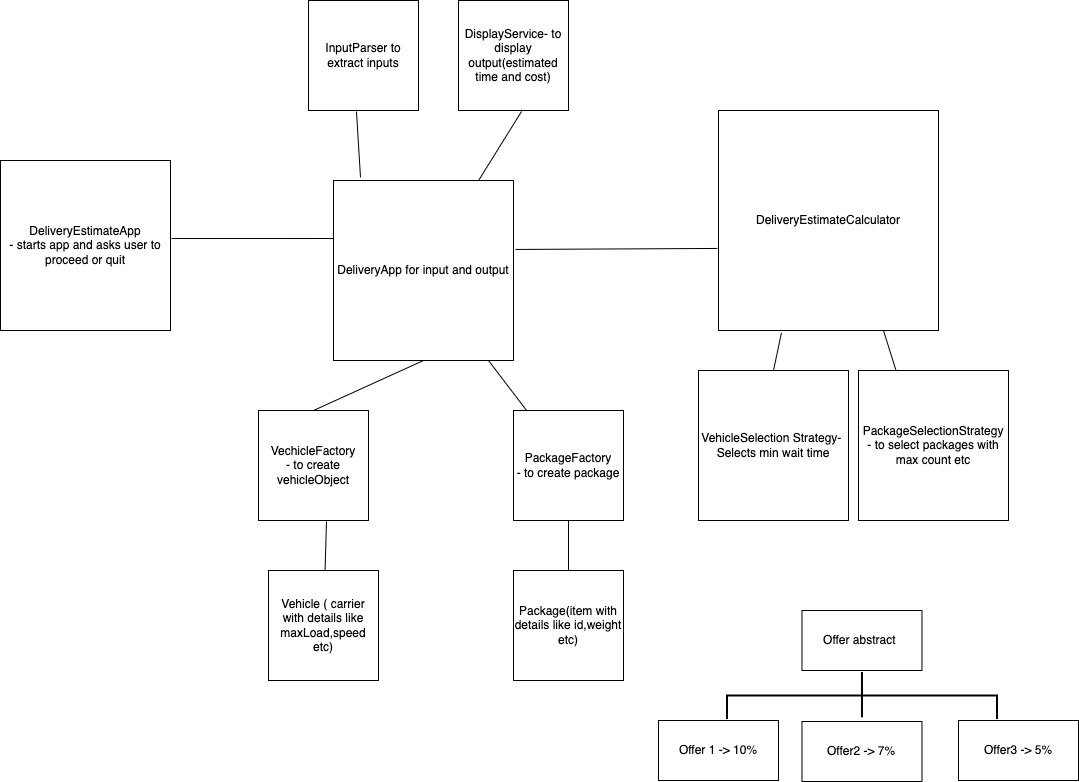
This is architechture.png from naveengaddi/Kiki, a draw.io export, as it was before one commit. Source tidied: cells renumbered, new cells last; positions are measured from the earlier drawing's top-left corner, leaving out a move shared by most shapes. Source of this version:
```xml
<mxGraphModel>
  <root>
    <mxCell id="0" />
    <mxCell id="1" parent="0" />
    <mxCell id="2" value="Package(item with details like id,weight etc)" style="whiteSpace=wrap;html=1;" parent="1" vertex="1">
      <mxGeometry x="513" y="570" width="110" height="110" as="geometry" />
    </mxCell>
    <mxCell id="3" value="PackageFactory&lt;br&gt;- to create package" style="whiteSpace=wrap;html=1;" parent="1" vertex="1">
      <mxGeometry x="513" y="410" width="110" height="110" as="geometry" />
    </mxCell>
    <mxCell id="4" value="DeliveryEstimateApp&lt;br&gt;- starts app and asks user to proceed or quit" style="whiteSpace=wrap;html=1;" parent="1" vertex="1">
      <mxGeometry y="160" width="170" height="170" as="geometry" />
    </mxCell>
    <mxCell id="5" value="DeliveryEstimateCalculator" style="whiteSpace=wrap;html=1;" parent="1" vertex="1">
      <mxGeometry x="718" y="110" width="220" height="220" as="geometry" />
    </mxCell>
    <mxCell id="6" value="Vehicle ( carrier with details like maxLoad,speed etc)" style="whiteSpace=wrap;html=1;" parent="1" vertex="1">
      <mxGeometry x="268" y="570" width="110" height="110" as="geometry" />
    </mxCell>
    <mxCell id="7" value="VechicleFactory&lt;br&gt;- to create vehicleObject" style="whiteSpace=wrap;html=1;" parent="1" vertex="1">
      <mxGeometry x="258" y="410" width="110" height="110" as="geometry" />
    </mxCell>
    <mxCell id="8" value="InputParser to extract inputs" style="whiteSpace=wrap;html=1;" parent="1" vertex="1">
      <mxGeometry x="308" width="110" height="110" as="geometry" />
    </mxCell>
    <mxCell id="9" style="endArrow=none;html=1;rounded=0;" parent="1" edge="1" target="3">
      <mxGeometry relative="1" as="geometry">
        <mxPoint x="488" y="360" as="sourcePoint" />
      </mxGeometry>
    </mxCell>
    <mxCell id="10" style="endArrow=none;html=1;rounded=0;exitX=0.5;exitY=1;exitDx=0;exitDy=0;entryX=0.5;entryY=0;entryDx=0;entryDy=0;" parent="1" edge="1" source="22" target="7">
      <mxGeometry relative="1" as="geometry" />
    </mxCell>
    <mxCell id="11" style="endArrow=none;html=1;rounded=0;exitX=0.5;exitY=1;exitDx=0;exitDy=0;" parent="1" edge="1" source="3" target="2">
      <mxGeometry relative="1" as="geometry" />
    </mxCell>
    <mxCell id="12" style="endArrow=none;html=1;rounded=0;exitX=0.618;exitY=1.009;exitDx=0;exitDy=0;exitPerimeter=0;" parent="1" edge="1" source="7" target="6">
      <mxGeometry relative="1" as="geometry" />
    </mxCell>
    <mxCell id="13" style="endArrow=none;html=1;rounded=0;entryX=0.436;entryY=1.009;entryDx=0;entryDy=0;exitX=0.15;exitY=-0.017;exitDx=0;exitDy=0;exitPerimeter=0;entryPerimeter=0;" parent="1" edge="1" source="22" target="8">
      <mxGeometry relative="1" as="geometry" />
    </mxCell>
    <mxCell id="14" style="endArrow=none;html=1;rounded=0;entryX=1.006;entryY=0.459;entryDx=0;entryDy=0;entryPerimeter=0;" parent="1" edge="1" target="4">
      <mxGeometry relative="1" as="geometry">
        <mxPoint x="418" y="238" as="sourcePoint" />
      </mxGeometry>
    </mxCell>
    <mxCell id="15" value="Offer abstract&amp;nbsp;" style="whiteSpace=wrap;html=1;" parent="1" vertex="1">
      <mxGeometry x="801.5" y="610" width="120" height="60" as="geometry" />
    </mxCell>
    <mxCell id="16" value="Offer2 -&amp;gt; 7%" style="whiteSpace=wrap;html=1;" parent="1" vertex="1">
      <mxGeometry x="801.5" y="721" width="120" height="60" as="geometry" />
    </mxCell>
    <mxCell id="17" value="Offer 1 -&amp;gt; 10%" style="whiteSpace=wrap;html=1;" parent="1" vertex="1">
      <mxGeometry x="658" y="720" width="120" height="60" as="geometry" />
    </mxCell>
    <mxCell id="18" value="Offer3 -&amp;gt; 5%" style="whiteSpace=wrap;html=1;" parent="1" vertex="1">
      <mxGeometry x="958" y="720" width="120" height="60" as="geometry" />
    </mxCell>
    <mxCell id="19" style="strokeWidth=2;html=1;shape=mxgraph.flowchart.annotation_2;align=left;labelPosition=right;rotation=90;" parent="1" vertex="1">
      <mxGeometry x="838" y="560" width="46.9" height="270" as="geometry" />
    </mxCell>
    <mxCell id="20" style="line;strokeWidth=2;html=1;rotation=-90;" parent="1" vertex="1">
      <mxGeometry x="847.2" y="697.5" width="28.6" height="10" as="geometry" />
    </mxCell>
    <mxCell id="21" style="edgeStyle=orthogonalEdgeStyle;rounded=0;orthogonalLoop=1;jettySize=auto;html=1;exitX=0.5;exitY=1;exitDx=0;exitDy=0;" parent="1" edge="1" source="8" target="8">
      <mxGeometry relative="1" as="geometry" />
    </mxCell>
    <mxCell id="22" value="DeliveryApp for input and output" style="whiteSpace=wrap;html=1;" parent="1" vertex="1">
      <mxGeometry x="333" y="180" width="180" height="180" as="geometry" />
    </mxCell>
    <mxCell id="23" style="endArrow=none;html=1;rounded=0;exitX=1.011;exitY=0.383;exitDx=0;exitDy=0;exitPerimeter=0;entryX=-0.005;entryY=0.627;entryDx=0;entryDy=0;entryPerimeter=0;" parent="1" edge="1" source="22" target="5">
      <mxGeometry relative="1" as="geometry" />
    </mxCell>
    <mxCell id="24" value="VehicleSelection Strategy- &lt;br&gt;Selects min wait time" style="whiteSpace=wrap;html=1;" parent="1" vertex="1">
      <mxGeometry x="698" y="370" width="150" height="150" as="geometry" />
    </mxCell>
    <mxCell id="25" value="PackageSelectionStrategy&lt;br&gt;- to select packages with max count etc" style="whiteSpace=wrap;html=1;" parent="1" vertex="1">
      <mxGeometry x="858" y="370" width="150" height="150" as="geometry" />
    </mxCell>
    <mxCell id="26" style="endArrow=none;html=1;rounded=0;exitX=0.286;exitY=1.011;exitDx=0;exitDy=0;exitPerimeter=0;entryX=0.5;entryY=0;entryDx=0;entryDy=0;" parent="1" edge="1" source="5" target="24">
      <mxGeometry relative="1" as="geometry" />
    </mxCell>
    <mxCell id="27" style="endArrow=none;html=1;rounded=0;exitX=0.75;exitY=1;exitDx=0;exitDy=0;entryX=0.25;entryY=0;entryDx=0;entryDy=0;" parent="1" edge="1" source="5" target="25">
      <mxGeometry relative="1" as="geometry" />
    </mxCell>
    <mxCell id="28" value="DisplayService- to display output(estimated time and cost)" style="whiteSpace=wrap;html=1;" parent="1" vertex="1">
      <mxGeometry x="458" width="110" height="110" as="geometry" />
    </mxCell>
    <mxCell id="29" style="endArrow=none;html=1;rounded=0;entryX=0.573;entryY=1.009;entryDx=0;entryDy=0;entryPerimeter=0;exitX=0.806;exitY=0;exitDx=0;exitDy=0;exitPerimeter=0;" parent="1" edge="1" source="22" target="28">
      <mxGeometry relative="1" as="geometry" />
    </mxCell>
  </root>
</mxGraphModel>
```
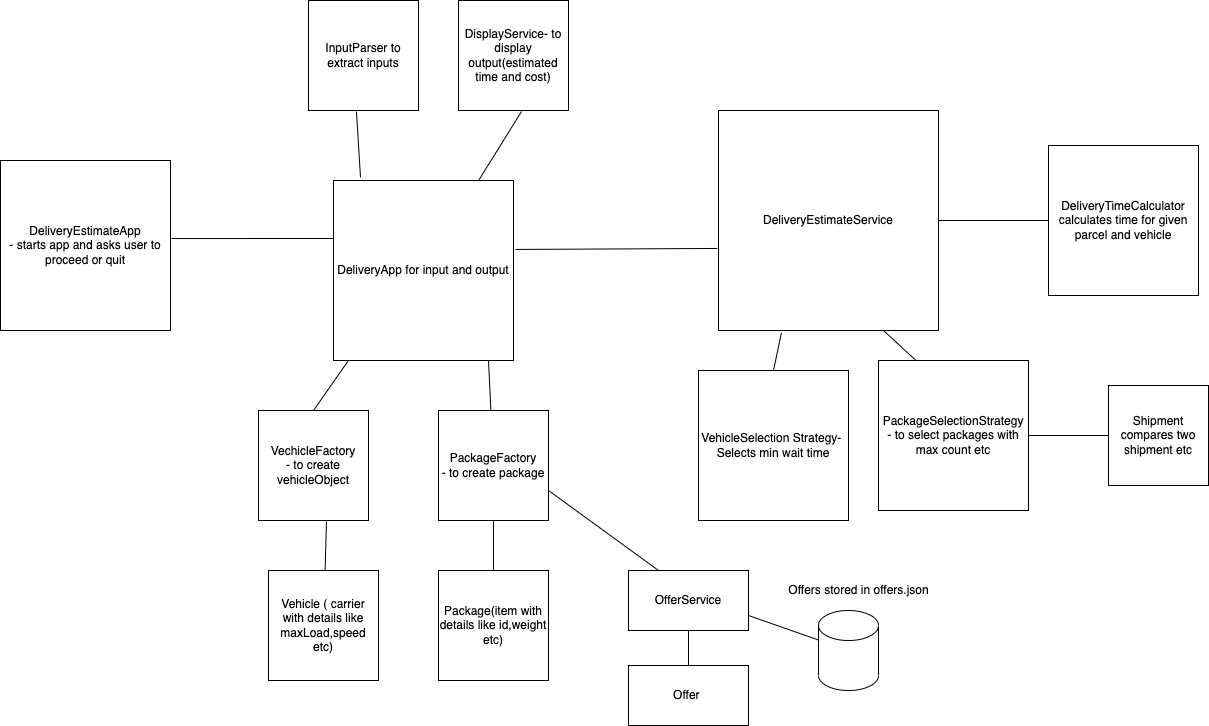
The same diagram one commit later.

Commit message:
[#2] Naveen - Update readme with latest architechture

The edit, as a diff of the source:
```diff
@@ -3,15 +3,15 @@
     <mxCell id="0" />
     <mxCell id="1" parent="0" />
     <mxCell id="2" value="Package(item with details like id,weight etc)" style="whiteSpace=wrap;html=1;" parent="1" vertex="1">
-      <mxGeometry x="513" y="570" width="110" height="110" as="geometry" />
+      <mxGeometry x="438" y="570" width="110" height="110" as="geometry" />
     </mxCell>
     <mxCell id="3" value="PackageFactory&lt;br&gt;- to create package" style="whiteSpace=wrap;html=1;" parent="1" vertex="1">
-      <mxGeometry x="513" y="410" width="110" height="110" as="geometry" />
+      <mxGeometry x="438" y="410" width="110" height="110" as="geometry" />
     </mxCell>
     <mxCell id="4" value="DeliveryEstimateApp&lt;br&gt;- starts app and asks user to proceed or quit" style="whiteSpace=wrap;html=1;" parent="1" vertex="1">
       <mxGeometry y="160" width="170" height="170" as="geometry" />
     </mxCell>
-    <mxCell id="5" value="DeliveryEstimateCalculator" style="whiteSpace=wrap;html=1;" parent="1" vertex="1">
+    <mxCell id="5" value="DeliveryEstimateService" style="whiteSpace=wrap;html=1;" parent="1" vertex="1">
       <mxGeometry x="718" y="110" width="220" height="220" as="geometry" />
     </mxCell>
     <mxCell id="6" value="Vehicle ( carrier with details like maxLoad,speed etc)" style="whiteSpace=wrap;html=1;" parent="1" vertex="1">
@@ -28,7 +28,7 @@
         <mxPoint x="488" y="360" as="sourcePoint" />
       </mxGeometry>
     </mxCell>
-    <mxCell id="10" style="endArrow=none;html=1;rounded=0;exitX=0.5;exitY=1;exitDx=0;exitDy=0;entryX=0.5;entryY=0;entryDx=0;entryDy=0;" parent="1" edge="1" source="22" target="7">
+    <mxCell id="10" style="endArrow=none;html=1;rounded=0;exitX=0.083;exitY=1;exitDx=0;exitDy=0;entryX=0.5;entryY=0;entryDx=0;entryDy=0;exitPerimeter=0;" parent="1" edge="1" source="22" target="7">
       <mxGeometry relative="1" as="geometry" />
     </mxCell>
     <mxCell id="11" style="endArrow=none;html=1;rounded=0;exitX=0.5;exitY=1;exitDx=0;exitDy=0;" parent="1" edge="1" source="3" target="2">
@@ -45,24 +45,9 @@
         <mxPoint x="418" y="238" as="sourcePoint" />
       </mxGeometry>
     </mxCell>
-    <mxCell id="15" value="Offer abstract&amp;nbsp;" style="whiteSpace=wrap;html=1;" parent="1" vertex="1">
-      <mxGeometry x="801.5" y="610" width="120" height="60" as="geometry" />
+    <mxCell id="15" value="Offer&amp;nbsp;" style="whiteSpace=wrap;html=1;" parent="1" vertex="1">
+      <mxGeometry x="628" y="665" width="120" height="60" as="geometry" />
     </mxCell>
-    <mxCell id="16" value="Offer2 -&amp;gt; 7%" style="whiteSpace=wrap;html=1;" parent="1" vertex="1">
-      <mxGeometry x="801.5" y="721" width="120" height="60" as="geometry" />
-    </mxCell>
-    <mxCell id="17" value="Offer 1 -&amp;gt; 10%" style="whiteSpace=wrap;html=1;" parent="1" vertex="1">
-      <mxGeometry x="658" y="720" width="120" height="60" as="geometry" />
-    </mxCell>
-    <mxCell id="18" value="Offer3 -&amp;gt; 5%" style="whiteSpace=wrap;html=1;" parent="1" vertex="1">
-      <mxGeometry x="958" y="720" width="120" height="60" as="geometry" />
-    </mxCell>
-    <mxCell id="19" style="strokeWidth=2;html=1;shape=mxgraph.flowchart.annotation_2;align=left;labelPosition=right;rotation=90;" parent="1" vertex="1">
-      <mxGeometry x="838" y="560" width="46.9" height="270" as="geometry" />
-    </mxCell>
-    <mxCell id="20" style="line;strokeWidth=2;html=1;rotation=-90;" parent="1" vertex="1">
-      <mxGeometry x="847.2" y="697.5" width="28.6" height="10" as="geometry" />
-    </mxCell>
     <mxCell id="21" style="edgeStyle=orthogonalEdgeStyle;rounded=0;orthogonalLoop=1;jettySize=auto;html=1;exitX=0.5;exitY=1;exitDx=0;exitDy=0;" parent="1" edge="1" source="8" target="8">
       <mxGeometry relative="1" as="geometry" />
     </mxCell>
@@ -76,7 +61,7 @@
       <mxGeometry x="698" y="370" width="150" height="150" as="geometry" />
     </mxCell>
     <mxCell id="25" value="PackageSelectionStrategy&lt;br&gt;- to select packages with max count etc" style="whiteSpace=wrap;html=1;" parent="1" vertex="1">
-      <mxGeometry x="858" y="370" width="150" height="150" as="geometry" />
+      <mxGeometry x="878" y="360" width="150" height="150" as="geometry" />
     </mxCell>
     <mxCell id="26" style="endArrow=none;html=1;rounded=0;exitX=0.286;exitY=1.011;exitDx=0;exitDy=0;exitPerimeter=0;entryX=0.5;entryY=0;entryDx=0;entryDy=0;" parent="1" edge="1" source="5" target="24">
       <mxGeometry relative="1" as="geometry" />
@@ -90,5 +75,37 @@
     <mxCell id="29" style="endArrow=none;html=1;rounded=0;entryX=0.573;entryY=1.009;entryDx=0;entryDy=0;entryPerimeter=0;exitX=0.806;exitY=0;exitDx=0;exitDy=0;exitPerimeter=0;" parent="1" edge="1" source="22" target="28">
       <mxGeometry relative="1" as="geometry" />
     </mxCell>
+    <mxCell id="30" value="OfferService" style="whiteSpace=wrap;html=1;" parent="1" vertex="1">
+      <mxGeometry x="628" y="570" width="120" height="60" as="geometry" />
+    </mxCell>
+    <mxCell id="31" style="endArrow=none;html=1;rounded=0;entryX=0.5;entryY=1;entryDx=0;entryDy=0;exitX=0.5;exitY=0;exitDx=0;exitDy=0;" parent="1" edge="1" source="15" target="30">
+      <mxGeometry relative="1" as="geometry" />
+    </mxCell>
+    <mxCell id="32" style="endArrow=none;html=1;rounded=0;entryX=0.25;entryY=0;entryDx=0;entryDy=0;" parent="1" edge="1" target="30">
+      <mxGeometry relative="1" as="geometry">
+        <mxPoint x="548" y="490" as="sourcePoint" />
+      </mxGeometry>
+    </mxCell>
+    <mxCell id="33" value="Shipment&lt;br&gt;compares two shipment etc" style="whiteSpace=wrap;html=1;" parent="1" vertex="1">
+      <mxGeometry x="1108" y="385" width="100" height="100" as="geometry" />
+    </mxCell>
+    <mxCell id="34" style="endArrow=none;html=1;rounded=0;entryX=0;entryY=0.5;entryDx=0;entryDy=0;" parent="1" edge="1" source="25" target="33">
+      <mxGeometry relative="1" as="geometry" />
+    </mxCell>
+    <mxCell id="35" value="DeliveryTimeCalculator&lt;br&gt;calculates time for given parcel and vehicle" style="whiteSpace=wrap;html=1;" parent="1" vertex="1">
+      <mxGeometry x="1048" y="145" width="150" height="150" as="geometry" />
+    </mxCell>
+    <mxCell id="36" style="endArrow=none;html=1;rounded=0;exitX=1;exitY=0.5;exitDx=0;exitDy=0;" parent="1" edge="1" source="5" target="35">
+      <mxGeometry relative="1" as="geometry" />
+    </mxCell>
+    <mxCell id="37" style="shape=cylinder3;whiteSpace=wrap;html=1;boundedLbl=1;backgroundOutline=1;size=15;" parent="1" vertex="1">
+      <mxGeometry x="818" y="610" width="60" height="80" as="geometry" />
+    </mxCell>
+    <mxCell id="38" value="Offers stored in offers.json" style="text;html=1;align=center;verticalAlign=middle;strokeColor=none;fillColor=none;" parent="1" vertex="1">
+      <mxGeometry x="778" y="580" width="160" height="20" as="geometry" />
+    </mxCell>
+    <mxCell id="39" style="endArrow=none;html=1;rounded=0;exitX=1;exitY=0.75;exitDx=0;exitDy=0;" parent="1" edge="1" source="30" target="37">
+      <mxGeometry relative="1" as="geometry" />
+    </mxCell>
   </root>
 </mxGraphModel>
```
